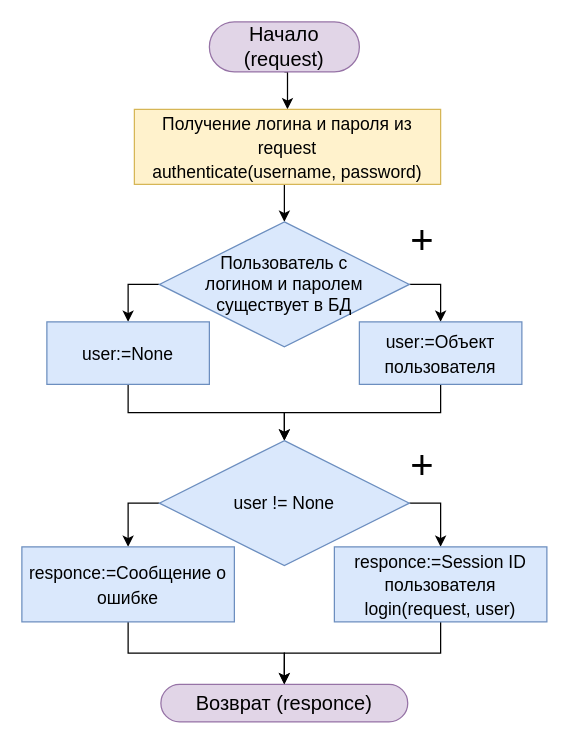
Above: page "Авторизация" (30 of 31) of Диаграмки.drawio in Infoboros/bachelors-degree (draw.io), before the change. Source tidied: cells renumbered, new cells numbered last; positions are measured from the earlier drawing's top-left corner, leaving out a move shared by most shapes. Both pictures are drawn from the tidied source at 125%, with x=0, y=0 at pixel (21, 21).
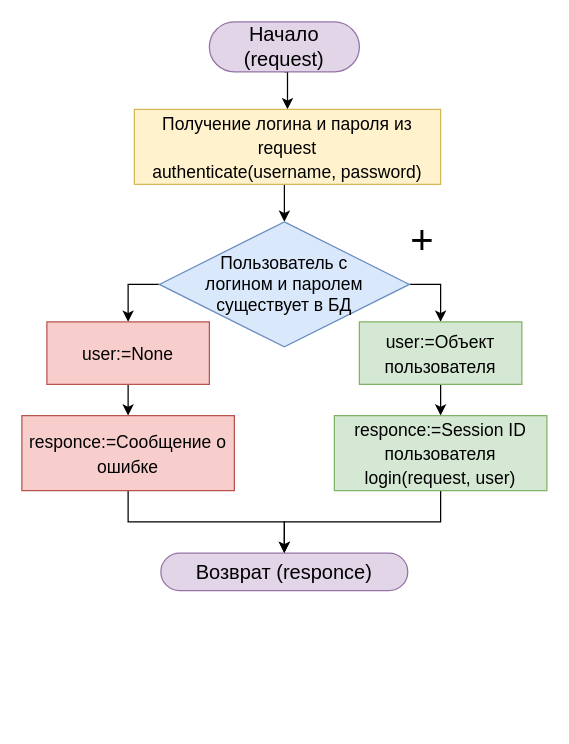
After the change.

Commit message:
[add] registartion and login image

What changed in the source:
```diff
@@
     <mxCell id="6" value="Возврат (responce)" style="rounded=1;whiteSpace=wrap;html=1;fontSize=16;fillColor=#e1d5e7;strokeColor=#9673a6;arcSize=50;" parent="1" vertex="1">
-      <mxGeometry x="111.2" y="530" width="197.5" height="30" as="geometry" />
+      <mxGeometry x="111.2" y="425" width="197.5" height="30" as="geometry" />
     </mxCell>
@@
-    <mxCell id="10" style="edgeStyle=orthogonalEdgeStyle;rounded=0;jettySize=auto;html=1;exitX=0.5;exitY=1;exitDx=0;exitDy=0;entryX=0.5;entryY=0;entryDx=0;entryDy=0;fontSize=16;" parent="1" edge="1" source="11" target="17">
-      <mxGeometry relative="1" as="geometry" />
-    </mxCell>
+    <mxCell id="23" style="edgeStyle=orthogonalEdgeStyle;rounded=0;jettySize=auto;html=1;exitX=0.5;exitY=1;exitDx=0;exitDy=0;entryX=0.5;entryY=0;entryDx=0;entryDy=0;fontSize=16;" parent="1" edge="1" source="11" target="19">
+      <mxGeometry relative="1" as="geometry" />
+    </mxCell>
-    <mxCell id="11" value="&lt;span style=&quot;font-size: 14px;&quot;&gt;user:=Объект пользователя&lt;/span&gt;" style="rounded=0;whiteSpace=wrap;html=1;fontSize=16;fillColor=#dae8fc;strokeColor=#6c8ebf;" parent="1" vertex="1">
+    <mxCell id="11" value="&lt;span style=&quot;font-size: 14px;&quot;&gt;user:=Объект пользователя&lt;/span&gt;" style="rounded=0;whiteSpace=wrap;html=1;fontSize=16;fillColor=#d5e8d4;strokeColor=#82b366;" parent="1" vertex="1">
       <mxGeometry x="270" y="240" width="130" height="50" as="geometry" />
     </mxCell>
@@
-    <mxCell id="13" style="edgeStyle=orthogonalEdgeStyle;rounded=0;jettySize=auto;html=1;exitX=0.5;exitY=1;exitDx=0;exitDy=0;entryX=0.5;entryY=0;entryDx=0;entryDy=0;fontSize=16;" parent="1" edge="1" source="14" target="17">
-      <mxGeometry relative="1" as="geometry" />
-    </mxCell>
+    <mxCell id="24" style="edgeStyle=orthogonalEdgeStyle;rounded=0;jettySize=auto;html=1;exitX=0.5;exitY=1;exitDx=0;exitDy=0;entryX=0.5;entryY=0;entryDx=0;entryDy=0;fontSize=16;" parent="1" edge="1" source="14" target="22">
+      <mxGeometry relative="1" as="geometry" />
+    </mxCell>
-    <mxCell id="14" value="&lt;span style=&quot;font-size: 14px;&quot;&gt;user:=None&lt;/span&gt;" style="rounded=0;whiteSpace=wrap;html=1;fontSize=16;fillColor=#dae8fc;strokeColor=#6c8ebf;" parent="1" vertex="1">
+    <mxCell id="14" value="&lt;span style=&quot;font-size: 14px;&quot;&gt;user:=None&lt;/span&gt;" style="rounded=0;whiteSpace=wrap;html=1;fontSize=16;fillColor=#f8cecc;strokeColor=#b85450;" parent="1" vertex="1">
       <mxGeometry x="20" y="240" width="130" height="50" as="geometry" />
     </mxCell>
-    <mxCell id="15" style="edgeStyle=orthogonalEdgeStyle;rounded=0;jettySize=auto;html=1;exitX=1;exitY=0.5;exitDx=0;exitDy=0;entryX=0.5;entryY=0;entryDx=0;entryDy=0;fontSize=16;" parent="1" edge="1" source="17" target="19">
-      <mxGeometry relative="1" as="geometry" />
-    </mxCell>
-    <mxCell id="16" style="edgeStyle=orthogonalEdgeStyle;rounded=0;jettySize=auto;html=1;exitX=0;exitY=0.5;exitDx=0;exitDy=0;entryX=0.5;entryY=0;entryDx=0;entryDy=0;fontSize=16;" parent="1" edge="1" source="17" target="22">
-      <mxGeometry relative="1" as="geometry" />
-    </mxCell>
-    <mxCell id="17" value="user != None" style="rhombus;whiteSpace=wrap;html=1;fontSize=14;fillColor=#dae8fc;strokeColor=#6c8ebf;" parent="1" vertex="1">
-      <mxGeometry x="110" y="335" width="200" height="100" as="geometry" />
-    </mxCell>
@@
-    <mxCell id="19" value="&lt;span style=&quot;font-size: 14px;&quot;&gt;responce:=Session ID пользователя&lt;br&gt;login(request, user)&lt;br&gt;&lt;/span&gt;" style="rounded=0;whiteSpace=wrap;html=1;fontSize=16;fillColor=#dae8fc;strokeColor=#6c8ebf;" parent="1" vertex="1">
-      <mxGeometry x="250" y="420" width="170" height="60" as="geometry" />
+    <mxCell id="19" value="&lt;span style=&quot;font-size: 14px;&quot;&gt;responce:=Session ID пользователя&lt;br&gt;login(request, user)&lt;br&gt;&lt;/span&gt;" style="rounded=0;whiteSpace=wrap;html=1;fontSize=16;fillColor=#d5e8d4;strokeColor=#82b366;" parent="1" vertex="1">
+      <mxGeometry x="250" y="315" width="170" height="60" as="geometry" />
     </mxCell>
-    <mxCell id="20" value="&lt;font style=&quot;font-size: 32px&quot;&gt;+&lt;/font&gt;" style="text;html=1;align=center;verticalAlign=middle;strokeColor=none;fillColor=none;" parent="1" vertex="1">
-      <mxGeometry x="305" y="340" width="30" height="30" as="geometry" />
-    </mxCell>
@@
-    <mxCell id="22" value="&lt;span style=&quot;font-size: 14px;&quot;&gt;responce:=Сообщение о ошибке&lt;/span&gt;" style="rounded=0;whiteSpace=wrap;html=1;fontSize=16;fillColor=#dae8fc;strokeColor=#6c8ebf;" parent="1" vertex="1">
-      <mxGeometry y="420" width="170" height="60" as="geometry" />
+    <mxCell id="22" value="&lt;span style=&quot;font-size: 14px;&quot;&gt;responce:=Сообщение о ошибке&lt;/span&gt;" style="rounded=0;whiteSpace=wrap;html=1;fontSize=16;fillColor=#f8cecc;strokeColor=#b85450;" parent="1" vertex="1">
+      <mxGeometry y="315" width="170" height="60" as="geometry" />
     </mxCell>
```
